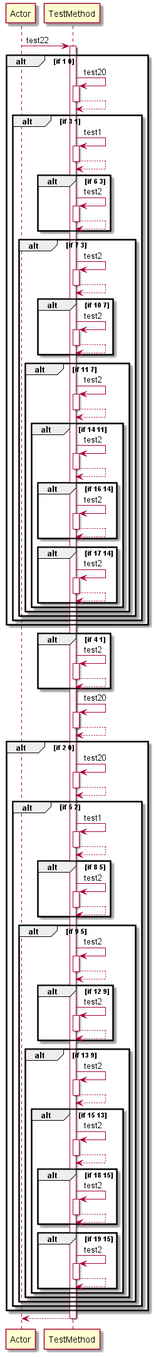
This is Diagrams/test22.png from manucapo/Gardener, a PlantUML export, as it was before one commit. Source of this version:
```plantuml
@startuml
participant Actor
Actor -> TestMethod: test22
activate TestMethod
alt if 1 0
TestMethod -> TestMethod: test20
activate TestMethod
TestMethod-->TestMethod
deactivate TestMethod
alt if 3 1
TestMethod -> TestMethod: test1
activate TestMethod
TestMethod-->TestMethod
deactivate TestMethod
alt if 6 3
TestMethod -> TestMethod: test2
activate TestMethod
TestMethod-->TestMethod
deactivate TestMethod
end
alt if 7 3
TestMethod -> TestMethod: test2
activate TestMethod
TestMethod-->TestMethod
deactivate TestMethod
alt if 10 7
TestMethod -> TestMethod: test2
activate TestMethod
TestMethod-->TestMethod
deactivate TestMethod
end
alt if 11 7
TestMethod -> TestMethod: test2
activate TestMethod
TestMethod-->TestMethod
deactivate TestMethod
alt if 14 11
TestMethod -> TestMethod: test2
activate TestMethod
TestMethod-->TestMethod
deactivate TestMethod
alt if 16 14
TestMethod -> TestMethod: test2
activate TestMethod
TestMethod-->TestMethod
deactivate TestMethod
end
alt if 17 14
TestMethod -> TestMethod: test2
activate TestMethod
TestMethod-->TestMethod
deactivate TestMethod
end
end
end
end
end
end
alt if 4 1
TestMethod -> TestMethod: test2
activate TestMethod
TestMethod-->TestMethod
deactivate TestMethod
end
TestMethod -> TestMethod: test20
activate TestMethod
TestMethod-->TestMethod
deactivate TestMethod
alt if 2 0
TestMethod -> TestMethod: test20
activate TestMethod
TestMethod-->TestMethod
deactivate TestMethod
alt if 5 2
TestMethod -> TestMethod: test1
activate TestMethod
TestMethod-->TestMethod
deactivate TestMethod
alt if 8 5
TestMethod -> TestMethod: test2
activate TestMethod
TestMethod-->TestMethod
deactivate TestMethod
end
alt if 9 5
TestMethod -> TestMethod: test2
activate TestMethod
TestMethod-->TestMethod
deactivate TestMethod
alt if 12 9
TestMethod -> TestMethod: test2
activate TestMethod
TestMethod-->TestMethod
deactivate TestMethod
end
alt if 13 9
TestMethod -> TestMethod: test2
activate TestMethod
TestMethod-->TestMethod
deactivate TestMethod
alt if 15 13
TestMethod -> TestMethod: test2
activate TestMethod
TestMethod-->TestMethod
deactivate TestMethod
alt if 18 15
TestMethod -> TestMethod: test2
activate TestMethod
TestMethod-->TestMethod
deactivate TestMethod
end
alt if 19 15
TestMethod -> TestMethod: test2
activate TestMethod
TestMethod-->TestMethod
deactivate TestMethod
end
end
end
end
end
end
return
@enduml
```
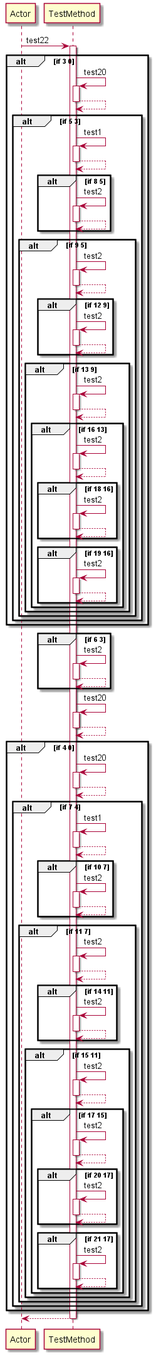
Above is the later version.

What changed in the source:
```diff
@@ -2,76 +2,12 @@
 participant Actor
 Actor -> TestMethod: test22
 activate TestMethod
-alt if 1 0
+alt if 3 0
 TestMethod -> TestMethod: test20
 activate TestMethod
 TestMethod-->TestMethod
 deactivate TestMethod
-alt if 3 1
-TestMethod -> TestMethod: test1
-activate TestMethod
-TestMethod-->TestMethod
-deactivate TestMethod
-alt if 6 3
-TestMethod -> TestMethod: test2
-activate TestMethod
-TestMethod-->TestMethod
-deactivate TestMethod
-end
-alt if 7 3
-TestMethod -> TestMethod: test2
-activate TestMethod
-TestMethod-->TestMethod
-deactivate TestMethod
-alt if 10 7
-TestMethod -> TestMethod: test2
-activate TestMethod
-TestMethod-->TestMethod
-deactivate TestMethod
-end
-alt if 11 7
-TestMethod -> TestMethod: test2
-activate TestMethod
-TestMethod-->TestMethod
-deactivate TestMethod
-alt if 14 11
-TestMethod -> TestMethod: test2
-activate TestMethod
-TestMethod-->TestMethod
-deactivate TestMethod
-alt if 16 14
-TestMethod -> TestMethod: test2
-activate TestMethod
-TestMethod-->TestMethod
-deactivate TestMethod
-end
-alt if 17 14
-TestMethod -> TestMethod: test2
-activate TestMethod
-TestMethod-->TestMethod
-deactivate TestMethod
-end
-end
-end
-end
-end
-end
-alt if 4 1
-TestMethod -> TestMethod: test2
-activate TestMethod
-TestMethod-->TestMethod
-deactivate TestMethod
-end
-TestMethod -> TestMethod: test20
-activate TestMethod
-TestMethod-->TestMethod
-deactivate TestMethod
-alt if 2 0
-TestMethod -> TestMethod: test20
-activate TestMethod
-TestMethod-->TestMethod
-deactivate TestMethod
-alt if 5 2
+alt if 5 3
 TestMethod -> TestMethod: test1
 activate TestMethod
 TestMethod-->TestMethod
@@ -98,18 +34,82 @@
 activate TestMethod
 TestMethod-->TestMethod
 deactivate TestMethod
-alt if 15 13
+alt if 16 13
 TestMethod -> TestMethod: test2
 activate TestMethod
 TestMethod-->TestMethod
 deactivate TestMethod
-alt if 18 15
+alt if 18 16
 TestMethod -> TestMethod: test2
 activate TestMethod
 TestMethod-->TestMethod
 deactivate TestMethod
 end
-alt if 19 15
+alt if 19 16
+TestMethod -> TestMethod: test2
+activate TestMethod
+TestMethod-->TestMethod
+deactivate TestMethod
+end
+end
+end
+end
+end
+end
+alt if 6 3
+TestMethod -> TestMethod: test2
+activate TestMethod
+TestMethod-->TestMethod
+deactivate TestMethod
+end
+TestMethod -> TestMethod: test20
+activate TestMethod
+TestMethod-->TestMethod
+deactivate TestMethod
+alt if 4 0
+TestMethod -> TestMethod: test20
+activate TestMethod
+TestMethod-->TestMethod
+deactivate TestMethod
+alt if 7 4
+TestMethod -> TestMethod: test1
+activate TestMethod
+TestMethod-->TestMethod
+deactivate TestMethod
+alt if 10 7
+TestMethod -> TestMethod: test2
+activate TestMethod
+TestMethod-->TestMethod
+deactivate TestMethod
+end
+alt if 11 7
+TestMethod -> TestMethod: test2
+activate TestMethod
+TestMethod-->TestMethod
+deactivate TestMethod
+alt if 14 11
+TestMethod -> TestMethod: test2
+activate TestMethod
+TestMethod-->TestMethod
+deactivate TestMethod
+end
+alt if 15 11
+TestMethod -> TestMethod: test2
+activate TestMethod
+TestMethod-->TestMethod
+deactivate TestMethod
+alt if 17 15
+TestMethod -> TestMethod: test2
+activate TestMethod
+TestMethod-->TestMethod
+deactivate TestMethod
+alt if 20 17
+TestMethod -> TestMethod: test2
+activate TestMethod
+TestMethod-->TestMethod
+deactivate TestMethod
+end
+alt if 21 17
 TestMethod -> TestMethod: test2
 activate TestMethod
 TestMethod-->TestMethod
```
